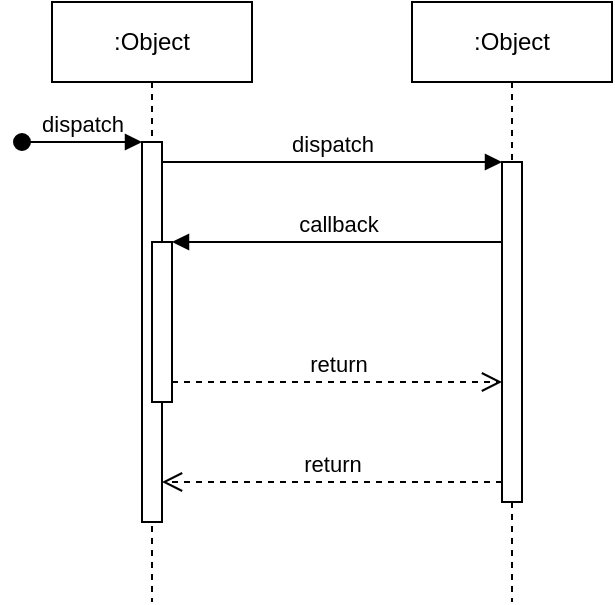
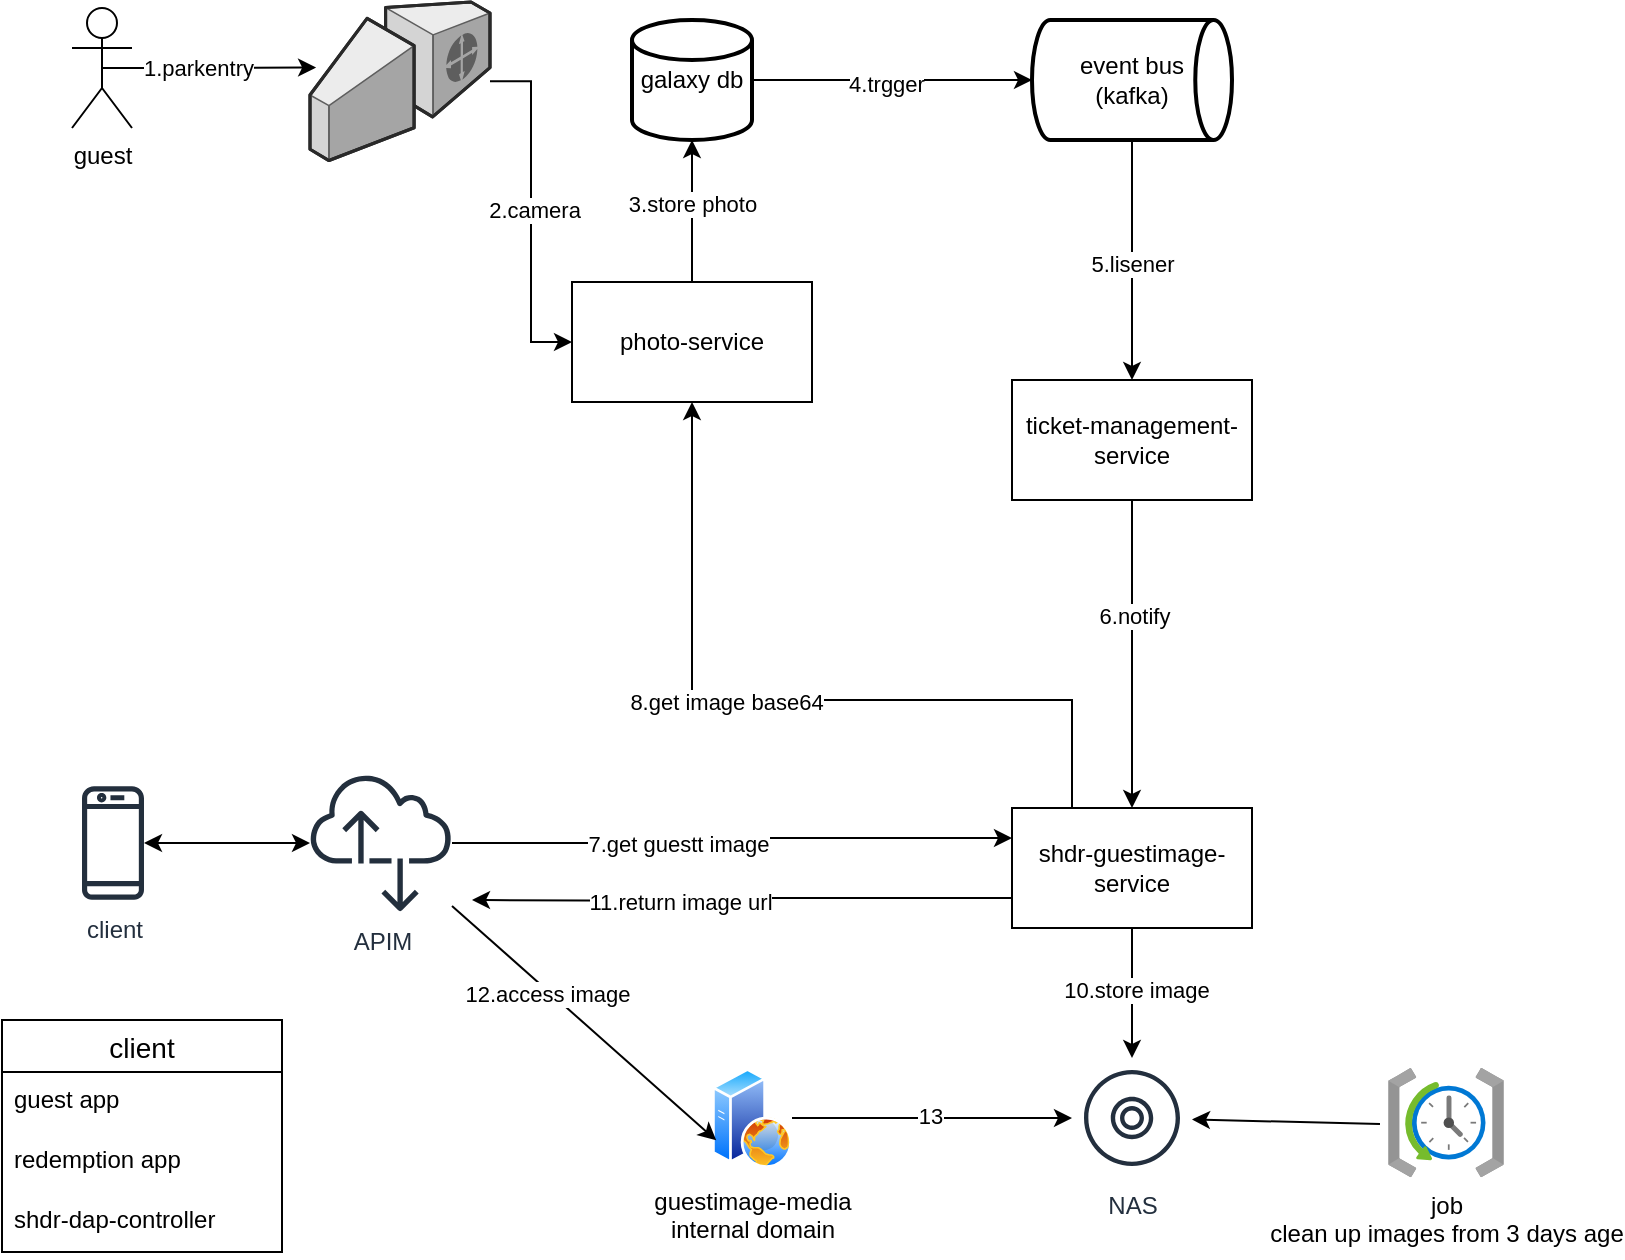
- <mxfile host="app.diagrams.net" modified="2023-05-11T09:21:04.191Z" agent="Mozilla/5.0 (Macintosh; Intel Mac OS X 10_15_7) AppleWebKit/537.36 (KHTML, like Gecko) Chrome/113.0.0.0 Safari/537.36" etag="JN9sOvsUR0Ujzzbvjh8W" version="21.2.9" type="github">
+ <mxfile host="app.diagrams.net" agent="Mozilla/5.0 (Macintosh; Intel Mac OS X 10_15_7) AppleWebKit/537.36 (KHTML, like Gecko) Chrome/113.0.0.0 Safari/537.36">
  <diagram name="Page-1" id="2YBvvXClWsGukQMizWep">
-     <mxGraphModel dx="1259" dy="1066" grid="1" gridSize="10" guides="1" tooltips="1" connect="1" arrows="1" fold="1" page="1" pageScale="1" pageWidth="850" pageHeight="1100" math="0" shadow="0">
+     <mxGraphModel dx="1453" dy="708" grid="1" gridSize="10" guides="1" tooltips="1" connect="1" arrows="1" fold="1" page="1" pageScale="1" pageWidth="850" pageHeight="1100" math="0" shadow="0">
      <root>
        <mxCell id="0" />
        <mxCell id="1" parent="0" />
-         <mxCell id="aM9ryv3xv72pqoxQDRHE-1" value=":Object" style="shape=umlLifeline;perimeter=lifelinePerimeter;whiteSpace=wrap;html=1;container=0;dropTarget=0;collapsible=0;recursiveResize=0;outlineConnect=0;portConstraint=eastwest;newEdgeStyle={&quot;edgeStyle&quot;:&quot;elbowEdgeStyle&quot;,&quot;elbow&quot;:&quot;vertical&quot;,&quot;curved&quot;:0,&quot;rounded&quot;:0};" vertex="1" parent="1">
-           <mxGeometry x="40" y="40" width="100" height="300" as="geometry" />
+         <mxCell id="VJEbD7p2SAqrgv99echo-1" edge="1" parent="1" source="VJEbD7p2SAqrgv99echo-3" style="edgeStyle=orthogonalEdgeStyle;rounded=0;orthogonalLoop=1;jettySize=auto;html=1;exitX=1;exitY=0.5;exitDx=0;exitDy=0;exitPerimeter=0;entryX=0;entryY=0.5;entryDx=0;entryDy=0;entryPerimeter=0;" target="VJEbD7p2SAqrgv99echo-6">
+           <mxGeometry relative="1" as="geometry" />
        </mxCell>
-         <mxCell id="aM9ryv3xv72pqoxQDRHE-2" value="" style="html=1;points=[];perimeter=orthogonalPerimeter;outlineConnect=0;targetShapes=umlLifeline;portConstraint=eastwest;newEdgeStyle={&quot;edgeStyle&quot;:&quot;elbowEdgeStyle&quot;,&quot;elbow&quot;:&quot;vertical&quot;,&quot;curved&quot;:0,&quot;rounded&quot;:0};" vertex="1" parent="aM9ryv3xv72pqoxQDRHE-1">
-           <mxGeometry x="45" y="70" width="10" height="190" as="geometry" />
-         </mxCell>
-         <mxCell id="aM9ryv3xv72pqoxQDRHE-3" value="dispatch" style="html=1;verticalAlign=bottom;startArrow=oval;endArrow=block;startSize=8;edgeStyle=elbowEdgeStyle;elbow=vertical;curved=0;rounded=0;" edge="1" parent="aM9ryv3xv72pqoxQDRHE-1" target="aM9ryv3xv72pqoxQDRHE-2">
-           <mxGeometry relative="1" as="geometry">
-             <mxPoint x="-15" y="70" as="sourcePoint" />
+         <mxCell id="VJEbD7p2SAqrgv99echo-2" connectable="0" parent="VJEbD7p2SAqrgv99echo-1" style="edgeLabel;html=1;align=center;verticalAlign=middle;resizable=0;points=[];" value="4.trgger" vertex="1">
+           <mxGeometry relative="1" x="-0.0429" y="-2" as="geometry">
+             <mxPoint as="offset" />
          </mxGeometry>
        </mxCell>
-         <mxCell id="aM9ryv3xv72pqoxQDRHE-4" value="" style="html=1;points=[];perimeter=orthogonalPerimeter;outlineConnect=0;targetShapes=umlLifeline;portConstraint=eastwest;newEdgeStyle={&quot;edgeStyle&quot;:&quot;elbowEdgeStyle&quot;,&quot;elbow&quot;:&quot;vertical&quot;,&quot;curved&quot;:0,&quot;rounded&quot;:0};" vertex="1" parent="aM9ryv3xv72pqoxQDRHE-1">
-           <mxGeometry x="50" y="120" width="10" height="80" as="geometry" />
+         <mxCell id="VJEbD7p2SAqrgv99echo-3" parent="1" style="strokeWidth=2;html=1;shape=mxgraph.flowchart.database;whiteSpace=wrap;" value="galaxy db" vertex="1">
+           <mxGeometry height="60" width="60" x="380" y="540" as="geometry" />
        </mxCell>
-         <mxCell id="aM9ryv3xv72pqoxQDRHE-5" value=":Object" style="shape=umlLifeline;perimeter=lifelinePerimeter;whiteSpace=wrap;html=1;container=0;dropTarget=0;collapsible=0;recursiveResize=0;outlineConnect=0;portConstraint=eastwest;newEdgeStyle={&quot;edgeStyle&quot;:&quot;elbowEdgeStyle&quot;,&quot;elbow&quot;:&quot;vertical&quot;,&quot;curved&quot;:0,&quot;rounded&quot;:0};" vertex="1" parent="1">
-           <mxGeometry x="220" y="40" width="100" height="300" as="geometry" />
+         <mxCell id="VJEbD7p2SAqrgv99echo-4" edge="1" parent="1" source="VJEbD7p2SAqrgv99echo-6" style="edgeStyle=orthogonalEdgeStyle;rounded=0;orthogonalLoop=1;jettySize=auto;html=1;exitX=0.5;exitY=1;exitDx=0;exitDy=0;exitPerimeter=0;" target="VJEbD7p2SAqrgv99echo-9">
+           <mxGeometry relative="1" as="geometry" />
        </mxCell>
-         <mxCell id="aM9ryv3xv72pqoxQDRHE-6" value="" style="html=1;points=[];perimeter=orthogonalPerimeter;outlineConnect=0;targetShapes=umlLifeline;portConstraint=eastwest;newEdgeStyle={&quot;edgeStyle&quot;:&quot;elbowEdgeStyle&quot;,&quot;elbow&quot;:&quot;vertical&quot;,&quot;curved&quot;:0,&quot;rounded&quot;:0};" vertex="1" parent="aM9ryv3xv72pqoxQDRHE-5">
-           <mxGeometry x="45" y="80" width="10" height="170" as="geometry" />
-         </mxCell>
-         <mxCell id="aM9ryv3xv72pqoxQDRHE-7" value="dispatch" style="html=1;verticalAlign=bottom;endArrow=block;edgeStyle=elbowEdgeStyle;elbow=vertical;curved=0;rounded=0;" edge="1" parent="1" source="aM9ryv3xv72pqoxQDRHE-2" target="aM9ryv3xv72pqoxQDRHE-6">
-           <mxGeometry relative="1" as="geometry">
-             <mxPoint x="195" y="130" as="sourcePoint" />
-             <Array as="points">
-               <mxPoint x="180" y="120" />
-             </Array>
+         <mxCell id="VJEbD7p2SAqrgv99echo-5" connectable="0" parent="VJEbD7p2SAqrgv99echo-4" style="edgeLabel;html=1;align=center;verticalAlign=middle;resizable=0;points=[];" value="5.lisener" vertex="1">
+           <mxGeometry relative="1" x="0.0333" as="geometry">
+             <mxPoint as="offset" />
          </mxGeometry>
        </mxCell>
-         <mxCell id="aM9ryv3xv72pqoxQDRHE-8" value="return" style="html=1;verticalAlign=bottom;endArrow=open;dashed=1;endSize=8;edgeStyle=elbowEdgeStyle;elbow=vertical;curved=0;rounded=0;" edge="1" parent="1" source="aM9ryv3xv72pqoxQDRHE-6" target="aM9ryv3xv72pqoxQDRHE-2">
-           <mxGeometry relative="1" as="geometry">
-             <mxPoint x="195" y="205" as="targetPoint" />
-             <Array as="points">
-               <mxPoint x="190" y="280" />
-             </Array>
+         <mxCell id="VJEbD7p2SAqrgv99echo-6" parent="1" style="strokeWidth=2;html=1;shape=mxgraph.flowchart.direct_data;whiteSpace=wrap;" value="event bus&lt;br&gt;(kafka)" vertex="1">
+           <mxGeometry height="60" width="100" x="580" y="540" as="geometry" />
+         </mxCell>
+         <mxCell id="VJEbD7p2SAqrgv99echo-7" edge="1" parent="1" source="VJEbD7p2SAqrgv99echo-9" style="edgeStyle=orthogonalEdgeStyle;rounded=0;orthogonalLoop=1;jettySize=auto;html=1;" target="VJEbD7p2SAqrgv99echo-16" value="">
+           <mxGeometry relative="1" as="geometry" />
+         </mxCell>
+         <mxCell id="VJEbD7p2SAqrgv99echo-8" connectable="0" parent="VJEbD7p2SAqrgv99echo-7" style="edgeLabel;html=1;align=center;verticalAlign=middle;resizable=0;points=[];" value="6.notify" vertex="1">
+           <mxGeometry relative="1" x="-0.25" y="1" as="geometry">
+             <mxPoint as="offset" />
          </mxGeometry>
        </mxCell>
-         <mxCell id="aM9ryv3xv72pqoxQDRHE-9" value="callback" style="html=1;verticalAlign=bottom;endArrow=block;edgeStyle=elbowEdgeStyle;elbow=vertical;curved=0;rounded=0;" edge="1" parent="1" source="aM9ryv3xv72pqoxQDRHE-6" target="aM9ryv3xv72pqoxQDRHE-4">
+         <mxCell id="VJEbD7p2SAqrgv99echo-9" parent="1" style="rounded=0;whiteSpace=wrap;html=1;" value="ticket-management-service" vertex="1">
+           <mxGeometry height="60" width="120" x="570" y="720" as="geometry" />
+         </mxCell>
+         <mxCell id="VJEbD7p2SAqrgv99echo-10" edge="1" parent="1" source="VJEbD7p2SAqrgv99echo-16" style="edgeStyle=orthogonalEdgeStyle;rounded=0;orthogonalLoop=1;jettySize=auto;html=1;exitX=0.25;exitY=0;exitDx=0;exitDy=0;entryX=0.5;entryY=1;entryDx=0;entryDy=0;" target="VJEbD7p2SAqrgv99echo-23">
          <mxGeometry relative="1" as="geometry">
-             <mxPoint x="175" y="160" as="sourcePoint" />
            <Array as="points">
-               <mxPoint x="190" y="160" />
+               <mxPoint x="600" y="880" />
+               <mxPoint x="410" y="880" />
            </Array>
+             <mxPoint x="440" y="871" as="targetPoint" />
          </mxGeometry>
        </mxCell>
-         <mxCell id="aM9ryv3xv72pqoxQDRHE-10" value="return" style="html=1;verticalAlign=bottom;endArrow=open;dashed=1;endSize=8;edgeStyle=elbowEdgeStyle;elbow=vertical;curved=0;rounded=0;" edge="1" parent="1" source="aM9ryv3xv72pqoxQDRHE-4" target="aM9ryv3xv72pqoxQDRHE-6">
+         <mxCell id="VJEbD7p2SAqrgv99echo-11" connectable="0" parent="VJEbD7p2SAqrgv99echo-10" style="edgeLabel;html=1;align=center;verticalAlign=middle;resizable=0;points=[];" value="8.get image base64" vertex="1">
+           <mxGeometry relative="1" x="0.1556" y="1" as="geometry">
+             <mxPoint as="offset" />
+           </mxGeometry>
+         </mxCell>
+         <mxCell id="VJEbD7p2SAqrgv99echo-12" edge="1" parent="1" source="VJEbD7p2SAqrgv99echo-16" style="edgeStyle=orthogonalEdgeStyle;rounded=0;orthogonalLoop=1;jettySize=auto;html=1;exitX=0.5;exitY=1;exitDx=0;exitDy=0;" target="VJEbD7p2SAqrgv99echo-33">
+           <mxGeometry relative="1" as="geometry" />
+         </mxCell>
+         <mxCell id="VJEbD7p2SAqrgv99echo-13" connectable="0" parent="VJEbD7p2SAqrgv99echo-12" style="edgeLabel;html=1;align=center;verticalAlign=middle;resizable=0;points=[];" value="10.store image" vertex="1">
+           <mxGeometry relative="1" x="-0.0571" y="2" as="geometry">
+             <mxPoint as="offset" />
+           </mxGeometry>
+         </mxCell>
+         <mxCell id="VJEbD7p2SAqrgv99echo-14" edge="1" parent="1" source="VJEbD7p2SAqrgv99echo-16" style="edgeStyle=orthogonalEdgeStyle;rounded=0;orthogonalLoop=1;jettySize=auto;html=1;exitX=0;exitY=0.75;exitDx=0;exitDy=0;">
          <mxGeometry relative="1" as="geometry">
-             <mxPoint x="175" y="235" as="targetPoint" />
-             <Array as="points">
-               <mxPoint x="180" y="230" />
-             </Array>
+             <mxPoint x="300" y="980" as="targetPoint" />
+           </mxGeometry>
+         </mxCell>
+         <mxCell id="VJEbD7p2SAqrgv99echo-15" connectable="0" parent="VJEbD7p2SAqrgv99echo-14" style="edgeLabel;html=1;align=center;verticalAlign=middle;resizable=0;points=[];" value="11.return image url" vertex="1">
+           <mxGeometry relative="1" x="0.2348" as="geometry">
+             <mxPoint as="offset" />
+           </mxGeometry>
+         </mxCell>
+         <mxCell id="VJEbD7p2SAqrgv99echo-16" parent="1" style="rounded=0;whiteSpace=wrap;html=1;" value="shdr-guestimage-service" vertex="1">
+           <mxGeometry height="60" width="120" x="570" y="934" as="geometry" />
+         </mxCell>
+         <mxCell id="VJEbD7p2SAqrgv99echo-17" edge="1" parent="1" source="VJEbD7p2SAqrgv99echo-19" style="edgeStyle=orthogonalEdgeStyle;rounded=0;orthogonalLoop=1;jettySize=auto;html=1;exitX=0.5;exitY=0.5;exitDx=0;exitDy=0;exitPerimeter=0;entryX=0.034;entryY=0.413;entryDx=0;entryDy=0;entryPerimeter=0;" target="VJEbD7p2SAqrgv99echo-26">
+           <mxGeometry relative="1" as="geometry" />
+         </mxCell>
+         <mxCell id="VJEbD7p2SAqrgv99echo-18" connectable="0" parent="VJEbD7p2SAqrgv99echo-17" style="edgeLabel;html=1;align=center;verticalAlign=middle;resizable=0;points=[];" value="1.parkentry" vertex="1">
+           <mxGeometry relative="1" x="-0.1803" as="geometry">
+             <mxPoint x="4" as="offset" />
+           </mxGeometry>
+         </mxCell>
+         <mxCell id="VJEbD7p2SAqrgv99echo-19" parent="1" style="shape=umlActor;verticalLabelPosition=bottom;verticalAlign=top;html=1;outlineConnect=0;" value="guest" vertex="1">
+           <mxGeometry height="60" width="30" x="100" y="534" as="geometry" />
+         </mxCell>
+         <mxCell id="VJEbD7p2SAqrgv99echo-20" parent="1" style="sketch=0;outlineConnect=0;fontColor=#232F3E;gradientColor=none;fillColor=#232F3D;strokeColor=none;dashed=0;verticalLabelPosition=bottom;verticalAlign=top;align=center;html=1;fontSize=12;fontStyle=0;aspect=fixed;pointerEvents=1;shape=mxgraph.aws4.mobile_client;" value="client" vertex="1">
+           <mxGeometry height="58.98" width="31" x="105" y="922.01" as="geometry" />
+         </mxCell>
+         <mxCell id="VJEbD7p2SAqrgv99echo-21" edge="1" parent="1" source="VJEbD7p2SAqrgv99echo-23" style="edgeStyle=orthogonalEdgeStyle;rounded=0;orthogonalLoop=1;jettySize=auto;html=1;exitX=0.5;exitY=0;exitDx=0;exitDy=0;entryX=0.5;entryY=1;entryDx=0;entryDy=0;entryPerimeter=0;" target="VJEbD7p2SAqrgv99echo-3">
+           <mxGeometry relative="1" as="geometry" />
+         </mxCell>
+         <mxCell id="VJEbD7p2SAqrgv99echo-22" connectable="0" parent="VJEbD7p2SAqrgv99echo-21" style="edgeLabel;html=1;align=center;verticalAlign=middle;resizable=0;points=[];" value="3.store photo" vertex="1">
+           <mxGeometry relative="1" x="0.1167" as="geometry">
+             <mxPoint as="offset" />
+           </mxGeometry>
+         </mxCell>
+         <mxCell id="VJEbD7p2SAqrgv99echo-23" parent="1" style="whiteSpace=wrap;html=1;rounded=0;" value="photo-service" vertex="1">
+           <mxGeometry height="60" width="120" x="350" y="671" as="geometry" />
+         </mxCell>
+         <mxCell id="VJEbD7p2SAqrgv99echo-24" edge="1" parent="1" source="VJEbD7p2SAqrgv99echo-26" style="edgeStyle=orthogonalEdgeStyle;rounded=0;orthogonalLoop=1;jettySize=auto;html=1;entryX=0;entryY=0.5;entryDx=0;entryDy=0;" target="VJEbD7p2SAqrgv99echo-23">
+           <mxGeometry relative="1" as="geometry" />
+         </mxCell>
+         <mxCell id="VJEbD7p2SAqrgv99echo-25" connectable="0" parent="VJEbD7p2SAqrgv99echo-24" style="edgeLabel;html=1;align=center;verticalAlign=middle;resizable=0;points=[];" value="2.camera" vertex="1">
+           <mxGeometry relative="1" x="-0.0123" y="1" as="geometry">
+             <mxPoint as="offset" />
+           </mxGeometry>
+         </mxCell>
+         <mxCell id="VJEbD7p2SAqrgv99echo-26" parent="1" style="verticalLabelPosition=bottom;html=1;verticalAlign=top;strokeWidth=1;align=center;outlineConnect=0;dashed=0;outlineConnect=0;shape=mxgraph.aws3d.customerGateway;fillColor=#ECECEC;strokeColor=#5E5E5E;aspect=fixed;" value="" vertex="1">
+           <mxGeometry height="79.28" width="90" x="219" y="531" as="geometry" />
+         </mxCell>
+         <mxCell id="VJEbD7p2SAqrgv99echo-27" edge="1" parent="1" source="VJEbD7p2SAqrgv99echo-29" style="edgeStyle=orthogonalEdgeStyle;rounded=0;orthogonalLoop=1;jettySize=auto;html=1;entryX=0;entryY=0.25;entryDx=0;entryDy=0;" target="VJEbD7p2SAqrgv99echo-16" value="">
+           <mxGeometry relative="1" as="geometry">
+             <mxPoint x="370" y="899" as="targetPoint" />
+           </mxGeometry>
+         </mxCell>
+         <mxCell id="VJEbD7p2SAqrgv99echo-28" connectable="0" parent="VJEbD7p2SAqrgv99echo-27" style="edgeLabel;html=1;align=center;verticalAlign=middle;resizable=0;points=[];" value="7.get guestt image" vertex="1">
+           <mxGeometry relative="1" x="-0.2041" y="1" as="geometry">
+             <mxPoint y="1" as="offset" />
+           </mxGeometry>
+         </mxCell>
+         <mxCell id="VJEbD7p2SAqrgv99echo-29" parent="1" style="sketch=0;outlineConnect=0;fontColor=#232F3E;gradientColor=none;fillColor=#232F3D;strokeColor=none;dashed=0;verticalLabelPosition=bottom;verticalAlign=top;align=center;html=1;fontSize=12;fontStyle=0;aspect=fixed;pointerEvents=1;shape=mxgraph.aws4.internet_alt2;" value="APIM" vertex="1">
+           <mxGeometry height="71" width="71" x="219" y="916" as="geometry" />
+         </mxCell>
+         <mxCell id="VJEbD7p2SAqrgv99echo-30" edge="1" parent="1" source="VJEbD7p2SAqrgv99echo-32" style="edgeStyle=orthogonalEdgeStyle;rounded=0;orthogonalLoop=1;jettySize=auto;html=1;exitX=1;exitY=0.5;exitDx=0;exitDy=0;" target="VJEbD7p2SAqrgv99echo-33">
+           <mxGeometry relative="1" as="geometry" />
+         </mxCell>
+         <mxCell id="VJEbD7p2SAqrgv99echo-31" connectable="0" parent="VJEbD7p2SAqrgv99echo-30" style="edgeLabel;html=1;align=center;verticalAlign=middle;resizable=0;points=[];" value="13" vertex="1">
+           <mxGeometry relative="1" x="-0.0143" y="1" as="geometry">
+             <mxPoint as="offset" />
+           </mxGeometry>
+         </mxCell>
+         <mxCell id="VJEbD7p2SAqrgv99echo-32" parent="1" style="image;aspect=fixed;perimeter=ellipsePerimeter;html=1;align=center;shadow=0;dashed=0;spacingTop=3;image=img/lib/active_directory/web_server.svg;" value="guestimage-media&lt;br&gt;internal&amp;nbsp;domain" vertex="1">
+           <mxGeometry height="50" width="40" x="420" y="1064" as="geometry" />
+         </mxCell>
+         <mxCell id="VJEbD7p2SAqrgv99echo-33" parent="1" style="sketch=0;outlineConnect=0;fontColor=#232F3E;gradientColor=none;strokeColor=#232F3E;fillColor=#ffffff;dashed=0;verticalLabelPosition=bottom;verticalAlign=top;align=center;html=1;fontSize=12;fontStyle=0;aspect=fixed;shape=mxgraph.aws4.resourceIcon;resIcon=mxgraph.aws4.disk;" value="NAS" vertex="1">
+           <mxGeometry height="60" width="60" x="600" y="1059" as="geometry" />
+         </mxCell>
+         <mxCell id="VJEbD7p2SAqrgv99echo-34" edge="1" parent="1" source="VJEbD7p2SAqrgv99echo-29" style="endArrow=classic;html=1;rounded=0;entryX=0;entryY=0.75;entryDx=0;entryDy=0;" target="VJEbD7p2SAqrgv99echo-32" value="">
+           <mxGeometry height="50" relative="1" width="50" as="geometry">
+             <mxPoint x="420" y="860" as="sourcePoint" />
+             <mxPoint x="470" y="810" as="targetPoint" />
+           </mxGeometry>
+         </mxCell>
+         <mxCell id="VJEbD7p2SAqrgv99echo-35" connectable="0" parent="VJEbD7p2SAqrgv99echo-34" style="edgeLabel;html=1;align=center;verticalAlign=middle;resizable=0;points=[];" value="12.access image&amp;nbsp;" vertex="1">
+           <mxGeometry relative="1" x="-0.2592" as="geometry">
+             <mxPoint as="offset" />
+           </mxGeometry>
+         </mxCell>
+         <mxCell id="VJEbD7p2SAqrgv99echo-36" edge="1" parent="1" source="VJEbD7p2SAqrgv99echo-20" style="endArrow=classic;startArrow=classic;html=1;rounded=0;" target="VJEbD7p2SAqrgv99echo-29" value="">
+           <mxGeometry height="50" relative="1" width="50" as="geometry">
+             <mxPoint x="135" y="877.5" as="sourcePoint" />
+             <mxPoint x="170" y="930" as="targetPoint" />
+           </mxGeometry>
+         </mxCell>
+         <mxCell id="VJEbD7p2SAqrgv99echo-39" parent="1" style="swimlane;fontStyle=0;childLayout=stackLayout;horizontal=1;startSize=26;horizontalStack=0;resizeParent=1;resizeParentMax=0;resizeLast=0;collapsible=1;marginBottom=0;align=center;fontSize=14;" value="client" vertex="1">
+           <mxGeometry height="116" width="140" x="65" y="1040" as="geometry" />
+         </mxCell>
+         <mxCell id="VJEbD7p2SAqrgv99echo-40" parent="VJEbD7p2SAqrgv99echo-39" style="text;strokeColor=none;fillColor=none;spacingLeft=4;spacingRight=4;overflow=hidden;rotatable=0;points=[[0,0.5],[1,0.5]];portConstraint=eastwest;fontSize=12;whiteSpace=wrap;html=1;" value="guest app" vertex="1">
+           <mxGeometry height="30" width="140" y="26" as="geometry" />
+         </mxCell>
+         <mxCell id="VJEbD7p2SAqrgv99echo-41" parent="VJEbD7p2SAqrgv99echo-39" style="text;strokeColor=none;fillColor=none;spacingLeft=4;spacingRight=4;overflow=hidden;rotatable=0;points=[[0,0.5],[1,0.5]];portConstraint=eastwest;fontSize=12;whiteSpace=wrap;html=1;" value="redemption app" vertex="1">
+           <mxGeometry height="30" width="140" y="56" as="geometry" />
+         </mxCell>
+         <mxCell id="VJEbD7p2SAqrgv99echo-42" parent="VJEbD7p2SAqrgv99echo-39" style="text;strokeColor=none;fillColor=none;spacingLeft=4;spacingRight=4;overflow=hidden;rotatable=0;points=[[0,0.5],[1,0.5]];portConstraint=eastwest;fontSize=12;whiteSpace=wrap;html=1;" value="shdr-dap-controller" vertex="1">
+           <mxGeometry height="30" width="140" y="86" as="geometry" />
+         </mxCell>
+         <mxCell id="VJEbD7p2SAqrgv99echo-43" parent="1" style="image;aspect=fixed;html=1;points=[];align=center;fontSize=12;image=img/lib/azure2/management_governance/Scheduler_Job_Collections.svg;" value="job&lt;br&gt;clean up images from 3 days age" vertex="1">
+           <mxGeometry height="54.59" width="58" x="758" y="1064" as="geometry" />
+         </mxCell>
+         <mxCell id="VJEbD7p2SAqrgv99echo-44" edge="1" parent="1" source="VJEbD7p2SAqrgv99echo-43" style="endArrow=classic;html=1;rounded=0;exitX=-0.069;exitY=0.513;exitDx=0;exitDy=0;exitPerimeter=0;" target="VJEbD7p2SAqrgv99echo-33" value="">
+           <mxGeometry height="50" relative="1" width="50" as="geometry">
+             <mxPoint x="240" y="890" as="sourcePoint" />
+             <mxPoint x="290" y="840" as="targetPoint" />
          </mxGeometry>
        </mxCell>
      </root>
    </mxGraphModel>
  </diagram>
</mxfile>
